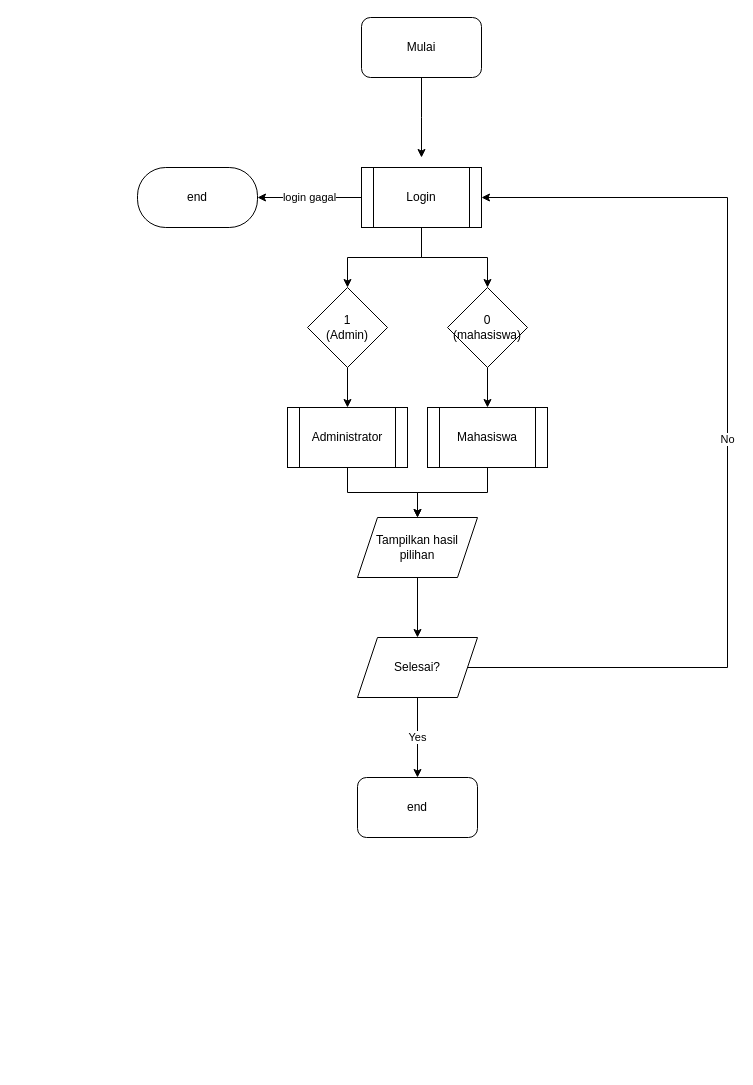
This is Aplikasi/Litman.drawio from CettaMa/Kel_50, a draw.io file, before an edit. Source tidied: cells renumbered, new cells numbered last; positions are measured from the earlier drawing's top-left corner, leaving out a move shared by most shapes. Both pictures are drawn from the tidied source at 100%, with x=0, y=0 at pixel (137, 17).
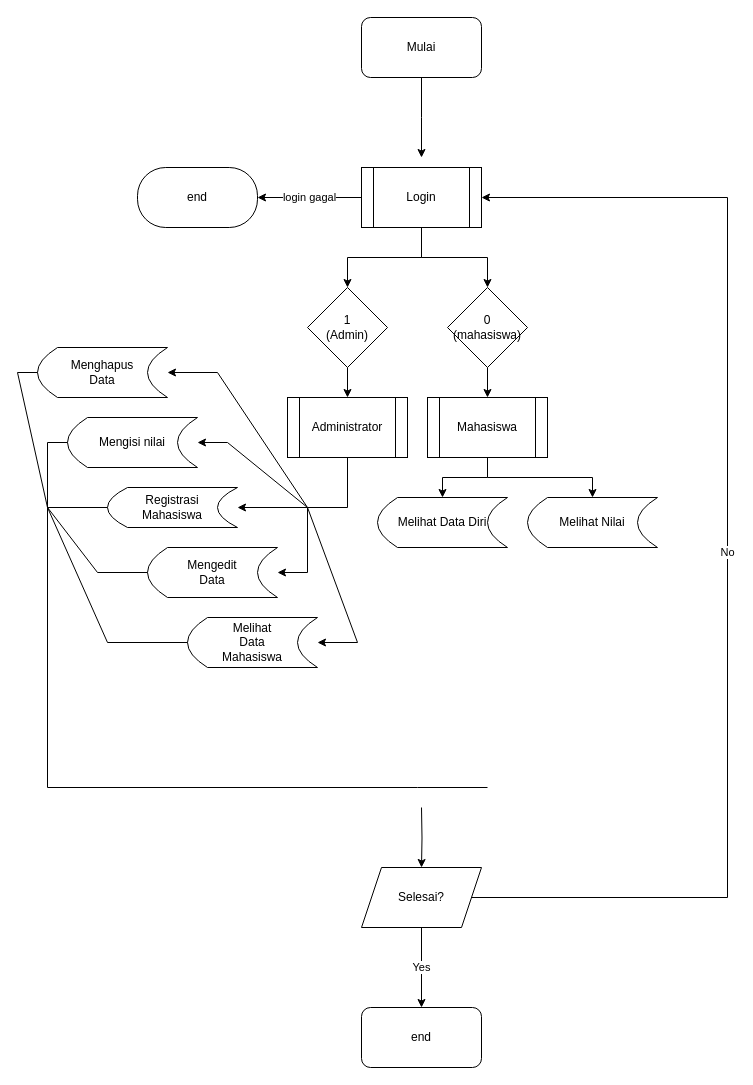
Above is the later version.

The change refers to these unchanged cells:
```xml
<mxCell id="7" value="Login" style="shape=process;whiteSpace=wrap;html=1;backgroundOutline=1;" parent="1" vertex="1">
  <mxGeometry x="224" y="150" width="120" height="60" as="geometry" />
</mxCell>
```

The edit, as a diff of the source:
```diff
@@
-    <mxCell id="12" style="edgeStyle=orthogonalEdgeStyle;rounded=0;jettySize=auto;html=1;" parent="1" edge="1" source="13" target="17">
-      <mxGeometry relative="1" as="geometry" />
-    </mxCell>
     <mxCell id="13" value="Administrator" style="shape=process;whiteSpace=wrap;html=1;backgroundOutline=1;" parent="1" vertex="1">
-      <mxGeometry x="150" y="390" width="120" height="60" as="geometry" />
+      <mxGeometry x="150" y="380" width="120" height="60" as="geometry" />
     </mxCell>
-    <mxCell id="14" style="edgeStyle=orthogonalEdgeStyle;rounded=0;jettySize=auto;html=1;" parent="1" edge="1" source="15" target="17">
-      <mxGeometry relative="1" as="geometry" />
-    </mxCell>
     <mxCell id="15" value="Mahasiswa" style="shape=process;whiteSpace=wrap;html=1;backgroundOutline=1;" parent="1" vertex="1">
-      <mxGeometry x="290" y="390" width="120" height="60" as="geometry" />
+      <mxGeometry x="290" y="380" width="120" height="60" as="geometry" />
     </mxCell>
+    <mxCell id="18" value="end" style="rounded=1;whiteSpace=wrap;html=1;arcSize=47;" parent="1" vertex="1">
+      <mxGeometry y="150" width="120" height="60" as="geometry" />
+    </mxCell>
+    <mxCell id="20" value="No" style="edgeStyle=orthogonalEdgeStyle;rounded=0;jettySize=auto;html=1;exitX=1;exitY=0.5;exitDx=0;exitDy=0;entryX=1;entryY=0.5;entryDx=0;entryDy=0;" parent="1" edge="1" source="21" target="7">
+      <mxGeometry relative="1" as="geometry">
+        <Array as="points">
+          <mxPoint x="590" y="880" />
+          <mxPoint x="590" y="180" />
+        </Array>
+      </mxGeometry>
+    </mxCell>
+    <mxCell id="23" style="group;" parent="1" vertex="1">
+      <mxGeometry x="224" y="790" width="120" height="260" as="geometry" />
+    </mxCell>
-    <mxCell id="16" style="edgeStyle=orthogonalEdgeStyle;rounded=0;jettySize=auto;html=1;" parent="1" edge="1" source="17" target="21">
-      <mxGeometry relative="1" as="geometry" />
+    <mxCell id="16" style="edgeStyle=orthogonalEdgeStyle;rounded=0;jettySize=auto;html=1;" parent="23" edge="1" target="21">
+      <mxGeometry relative="1" as="geometry">
+        <mxPoint x="60" as="sourcePoint" />
+      </mxGeometry>
     </mxCell>
-    <mxCell id="17" value="Tampilkan hasil pilihan" style="shape=parallelogram;perimeter=parallelogramPerimeter;whiteSpace=wrap;html=1;fixedSize=1;" parent="1" vertex="1">
-      <mxGeometry x="220" y="500" width="120" height="60" as="geometry" />
-    </mxCell>
-    <mxCell id="18" value="end" style="rounded=1;whiteSpace=wrap;html=1;arcSize=47;" parent="1" vertex="1">
-      <mxGeometry y="150" width="120" height="60" as="geometry" />
-    </mxCell>
-    <mxCell id="19" value="Yes" style="edgeStyle=orthogonalEdgeStyle;rounded=0;jettySize=auto;html=1;" parent="1" edge="1" source="21" target="22">
-      <mxGeometry relative="1" as="geometry" />
-    </mxCell>
-    <mxCell id="20" value="No" style="edgeStyle=orthogonalEdgeStyle;rounded=0;jettySize=auto;html=1;exitX=1;exitY=0.5;exitDx=0;exitDy=0;entryX=1;entryY=0.5;entryDx=0;entryDy=0;" parent="1" edge="1" source="21" target="7">
-      <mxGeometry relative="1" as="geometry">
-        <Array as="points">
-          <mxPoint x="590" y="650" />
-          <mxPoint x="590" y="180" />
-        </Array>
-      </mxGeometry>
-    </mxCell>
-    <mxCell id="21" value="Selesai?" style="shape=parallelogram;perimeter=parallelogramPerimeter;whiteSpace=wrap;html=1;fixedSize=1;" parent="1" vertex="1">
-      <mxGeometry x="220" y="620" width="120" height="60" as="geometry" />
+    <mxCell id="21" value="Selesai?" style="shape=parallelogram;perimeter=parallelogramPerimeter;whiteSpace=wrap;html=1;fixedSize=1;" parent="23" vertex="1">
+      <mxGeometry y="60" width="120" height="60" as="geometry" />
     </mxCell>
-    <mxCell id="22" value="end" style="rounded=1;whiteSpace=wrap;html=1;" parent="1" vertex="1">
-      <mxGeometry x="220" y="760" width="120" height="60" as="geometry" />
+    <mxCell id="22" value="end" style="rounded=1;whiteSpace=wrap;html=1;" parent="23" vertex="1">
+      <mxGeometry y="200" width="120" height="60" as="geometry" />
     </mxCell>
+    <mxCell id="19" value="Yes" style="edgeStyle=orthogonalEdgeStyle;rounded=0;jettySize=auto;html=1;" parent="23" edge="1" source="21" target="22">
+      <mxGeometry relative="1" as="geometry" />
+    </mxCell>
+    <mxCell id="24" value="&lt;div align=&quot;left&quot;&gt;Melihat Nilai &lt;br&gt;&lt;/div&gt;" style="shape=dataStorage;whiteSpace=wrap;html=1;fixedSize=1;" parent="1" vertex="1">
+      <mxGeometry x="390" y="480" width="130" height="50" as="geometry" />
+    </mxCell>
+    <mxCell id="25" value="Mengisi nilai" style="shape=dataStorage;whiteSpace=wrap;html=1;fixedSize=1;" parent="1" vertex="1">
+      <mxGeometry x="-70" y="400" width="130" height="50" as="geometry" />
+    </mxCell>
+    <mxCell id="26" value="&lt;div&gt;Registrasi&lt;/div&gt;&lt;div&gt;Mahasiswa&lt;br&gt;&lt;/div&gt;" style="shape=dataStorage;whiteSpace=wrap;html=1;fixedSize=1;" parent="1" vertex="1">
+      <mxGeometry x="-30" y="470" width="130" height="40" as="geometry" />
+    </mxCell>
+    <mxCell id="27" value="&lt;div align=&quot;left&quot;&gt;Melihat Data Diri &lt;br&gt;&lt;/div&gt;" style="shape=dataStorage;whiteSpace=wrap;html=1;fixedSize=1;" parent="1" vertex="1">
+      <mxGeometry x="240" y="480" width="130" height="50" as="geometry" />
+    </mxCell>
+    <mxCell id="28" value="&lt;div&gt;Mengedit&lt;/div&gt;&lt;div&gt;Data&lt;br&gt;&lt;/div&gt;" style="shape=dataStorage;whiteSpace=wrap;html=1;fixedSize=1;" parent="1" vertex="1">
+      <mxGeometry x="10" y="530" width="130" height="50" as="geometry" />
+    </mxCell>
+    <mxCell id="29" value="&lt;div&gt;Menghapus &lt;br&gt;&lt;/div&gt;&lt;div&gt;Data&lt;/div&gt;" style="shape=dataStorage;whiteSpace=wrap;html=1;fixedSize=1;" parent="1" vertex="1">
+      <mxGeometry x="-100" y="330" width="130" height="50" as="geometry" />
+    </mxCell>
+    <mxCell id="30" value="&lt;div&gt;Melihat &lt;br&gt;&lt;/div&gt;&lt;div&gt;Data&lt;/div&gt;&lt;div&gt;Mahasiswa&lt;br&gt;&lt;/div&gt;" style="shape=dataStorage;whiteSpace=wrap;html=1;fixedSize=1;" parent="1" vertex="1">
+      <mxGeometry x="50" y="600" width="130" height="50" as="geometry" />
+    </mxCell>
+    <mxCell id="31" style="endArrow=classic;html=1;rounded=0;entryX=1;entryY=0.5;entryDx=0;entryDy=0;" parent="1" edge="1" target="29">
+      <mxGeometry relative="1" as="geometry">
+        <mxPoint x="170" y="490" as="sourcePoint" />
+        <Array as="points">
+          <mxPoint x="80" y="355" />
+        </Array>
+      </mxGeometry>
+    </mxCell>
+    <mxCell id="32" style="endArrow=classic;html=1;rounded=0;entryX=1;entryY=0.5;entryDx=0;entryDy=0;" parent="1" edge="1" target="25">
+      <mxGeometry relative="1" as="geometry">
+        <mxPoint x="170" y="490" as="sourcePoint" />
+        <Array as="points">
+          <mxPoint x="90" y="425" />
+        </Array>
+      </mxGeometry>
+    </mxCell>
+    <mxCell id="33" style="endArrow=classic;html=1;rounded=0;" parent="1" edge="1">
+      <mxGeometry relative="1" as="geometry">
+        <mxPoint x="170" y="490" as="sourcePoint" />
+        <mxPoint x="100" y="490" as="targetPoint" />
+      </mxGeometry>
+    </mxCell>
+    <mxCell id="34" style="endArrow=classic;html=1;rounded=0;entryX=1;entryY=0.5;entryDx=0;entryDy=0;" parent="1" edge="1" target="28">
+      <mxGeometry relative="1" as="geometry">
+        <mxPoint x="170" y="490" as="sourcePoint" />
+        <Array as="points">
+          <mxPoint x="170" y="555" />
+        </Array>
+      </mxGeometry>
+    </mxCell>
+    <mxCell id="35" style="endArrow=classic;html=1;rounded=0;entryX=1;entryY=0.5;entryDx=0;entryDy=0;" parent="1" edge="1" target="30">
+      <mxGeometry relative="1" as="geometry">
+        <mxPoint x="170" y="490" as="sourcePoint" />
+        <Array as="points">
+          <mxPoint x="220" y="625" />
+        </Array>
+      </mxGeometry>
+    </mxCell>
+    <mxCell id="36" style="endArrow=none;html=1;rounded=0;exitX=0.5;exitY=1;exitDx=0;exitDy=0;" parent="1" edge="1" source="13">
+      <mxGeometry relative="1" as="geometry">
+        <mxPoint x="170" y="490" as="targetPoint" />
+        <Array as="points">
+          <mxPoint x="210" y="490" />
+        </Array>
+      </mxGeometry>
+    </mxCell>
+    <mxCell id="37" style="endArrow=classic;html=1;rounded=0;entryX=0.5;entryY=0;entryDx=0;entryDy=0;" parent="1" edge="1" target="27">
+      <mxGeometry relative="1" as="geometry">
+        <mxPoint x="350" y="460" as="sourcePoint" />
+        <Array as="points">
+          <mxPoint x="305" y="460" />
+        </Array>
+      </mxGeometry>
+    </mxCell>
+    <mxCell id="38" style="endArrow=classic;html=1;rounded=0;entryX=0.5;entryY=0;entryDx=0;entryDy=0;" parent="1" edge="1" target="24">
+      <mxGeometry relative="1" as="geometry">
+        <mxPoint x="350" y="460" as="sourcePoint" />
+        <Array as="points">
+          <mxPoint x="455" y="460" />
+        </Array>
+      </mxGeometry>
+    </mxCell>
+    <mxCell id="39" style="endArrow=none;html=1;rounded=0;entryX=0.5;entryY=1;entryDx=0;entryDy=0;" parent="1" edge="1" target="15">
+      <mxGeometry relative="1" as="geometry">
+        <mxPoint x="350" y="460" as="sourcePoint" />
+      </mxGeometry>
+    </mxCell>
+    <mxCell id="40" style="endArrow=none;html=1;rounded=0;entryX=0;entryY=0.5;entryDx=0;entryDy=0;" parent="1" edge="1" target="29">
+      <mxGeometry relative="1" as="geometry">
+        <mxPoint x="-90" y="490" as="sourcePoint" />
+        <Array as="points">
+          <mxPoint x="-120" y="355" />
+        </Array>
+      </mxGeometry>
+    </mxCell>
+    <mxCell id="41" style="endArrow=none;html=1;rounded=0;entryX=0;entryY=0.5;entryDx=0;entryDy=0;" parent="1" edge="1" target="25">
+      <mxGeometry relative="1" as="geometry">
+        <mxPoint x="-90" y="490" as="sourcePoint" />
+        <Array as="points">
+          <mxPoint x="-90" y="425" />
+        </Array>
+      </mxGeometry>
+    </mxCell>
+    <mxCell id="42" style="endArrow=none;html=1;rounded=0;entryX=0;entryY=0.5;entryDx=0;entryDy=0;" parent="1" edge="1" target="26">
+      <mxGeometry relative="1" as="geometry">
+        <mxPoint x="-90" y="490" as="sourcePoint" />
+      </mxGeometry>
+    </mxCell>
+    <mxCell id="43" style="endArrow=none;html=1;rounded=0;entryX=0;entryY=0.5;entryDx=0;entryDy=0;" parent="1" edge="1" target="28">
+      <mxGeometry relative="1" as="geometry">
+        <mxPoint x="-90" y="490" as="sourcePoint" />
+        <Array as="points">
+          <mxPoint x="-40" y="555" />
+        </Array>
+      </mxGeometry>
+    </mxCell>
+    <mxCell id="44" style="endArrow=none;html=1;rounded=0;entryX=0;entryY=0.5;entryDx=0;entryDy=0;" parent="1" edge="1" target="30">
+      <mxGeometry relative="1" as="geometry">
+        <mxPoint x="-90" y="490" as="sourcePoint" />
+        <Array as="points">
+          <mxPoint x="-30" y="625" />
+        </Array>
+      </mxGeometry>
+    </mxCell>
+    <mxCell id="45" style="endArrow=none;html=1;rounded=0;" parent="1" edge="1">
+      <mxGeometry relative="1" as="geometry">
+        <mxPoint x="-90" y="490" as="sourcePoint" />
+        <mxPoint x="350" y="770" as="targetPoint" />
+        <Array as="points">
+          <mxPoint x="-90" y="770" />
+          <mxPoint x="280" y="770" />
+        </Array>
+      </mxGeometry>
+    </mxCell>
```
